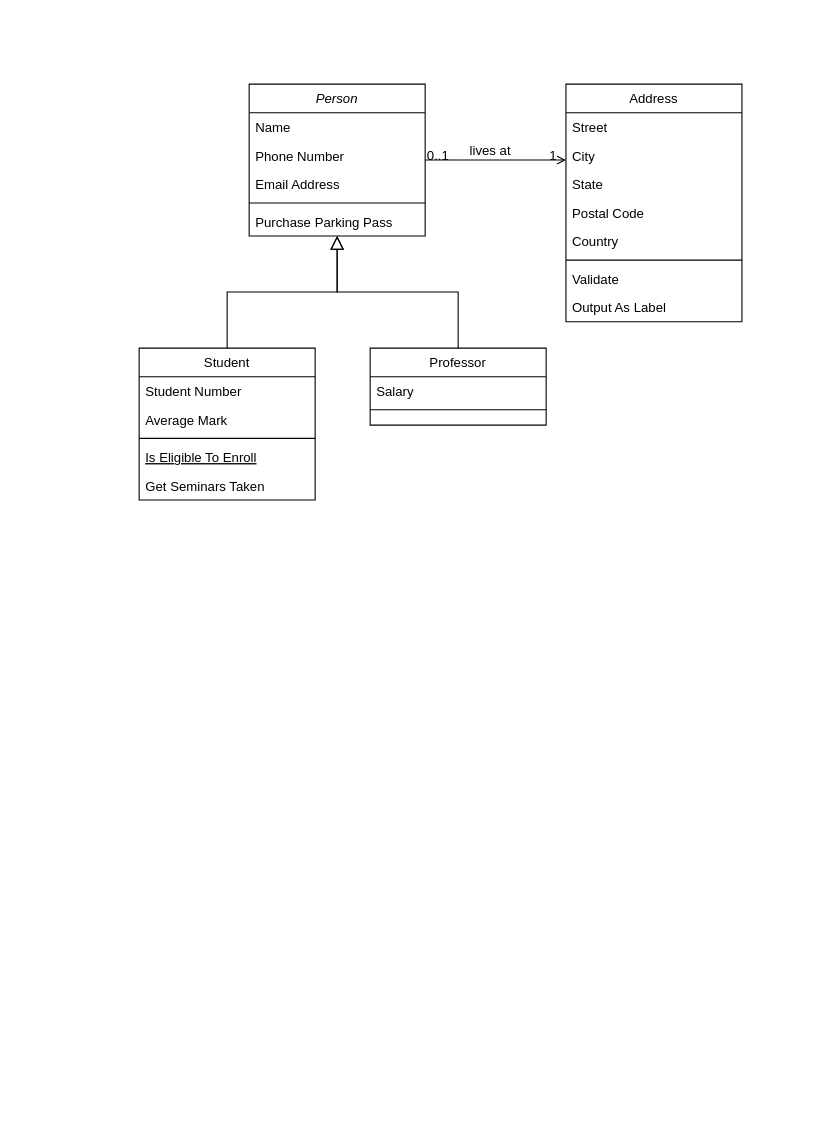
Before: Untitled Diagram.drawio in walidulhasan/UML, a draw.io diagram. Source tidied: cells renumbered, new cells numbered last; positions are measured from the earlier drawing's top-left corner, leaving out a move shared by most shapes. Both pictures are drawn from the tidied source at 110%, with x=0, y=0 at pixel (139, 84).
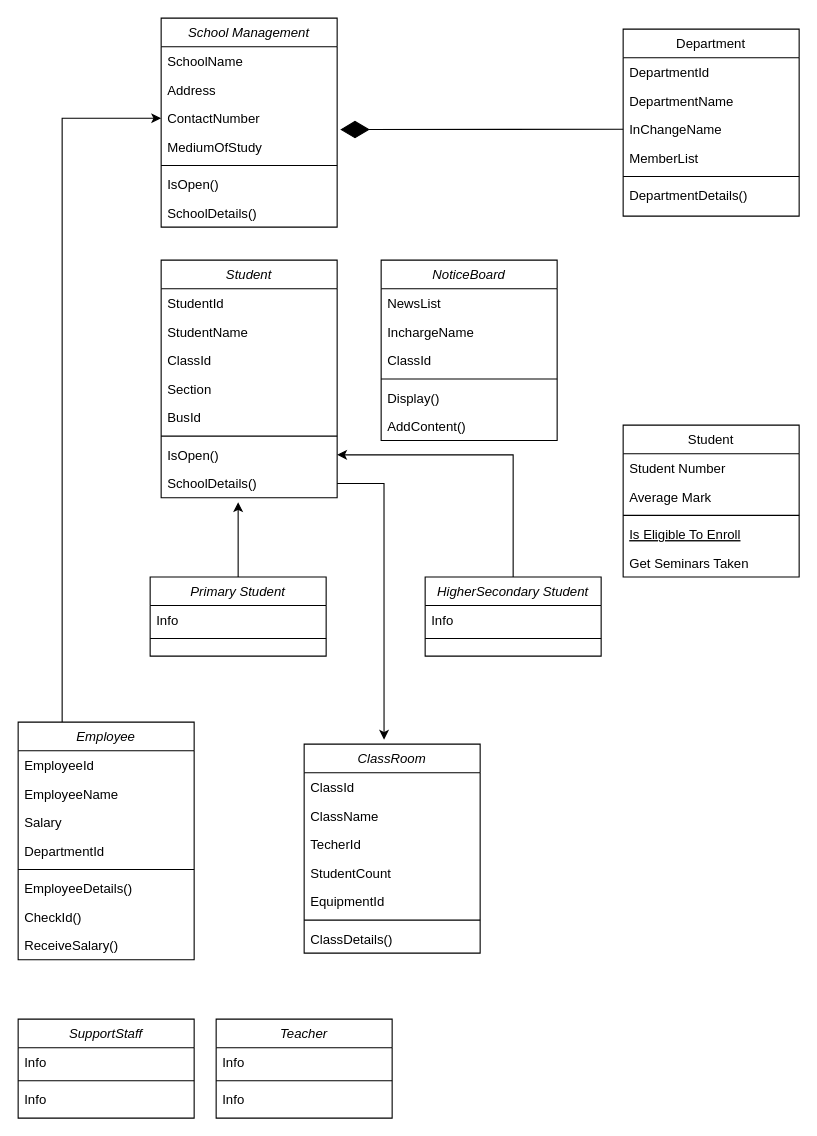
The same page after the edit.

What changed in the source:
```diff
@@
-    <mxCell id="2" value="Person" style="swimlane;fontStyle=2;align=center;verticalAlign=top;horizontal=1;startSize=26;rounded=0;shadow=0;strokeWidth=1;" parent="1" vertex="1">
-      <mxGeometry x="100" width="160" height="138" as="geometry" />
+    <mxCell id="2" value="School Management" style="swimlane;fontStyle=2;align=center;verticalAlign=top;horizontal=1;startSize=26;rounded=0;shadow=0;strokeWidth=1;" parent="1" vertex="1">
+      <mxGeometry x="20" y="-60" width="160" height="190" as="geometry" />
     </mxCell>
-    <mxCell id="3" value="Name" style="text;align=left;verticalAlign=top;spacingLeft=4;spacingRight=4;overflow=hidden;" parent="2" vertex="1">
+    <mxCell id="3" value="SchoolName" style="text;align=left;verticalAlign=top;spacingLeft=4;spacingRight=4;overflow=hidden;" parent="2" vertex="1">
       <mxGeometry y="26" width="160" height="26" as="geometry" />
     </mxCell>
-    <mxCell id="4" value="Phone Number" style="text;align=left;verticalAlign=top;spacingLeft=4;spacingRight=4;overflow=hidden;rounded=0;shadow=0;html=0;" parent="2" vertex="1">
+    <mxCell id="4" value="Address" style="text;align=left;verticalAlign=top;spacingLeft=4;spacingRight=4;overflow=hidden;rounded=0;shadow=0;html=0;" parent="2" vertex="1">
       <mxGeometry y="52" width="160" height="26" as="geometry" />
     </mxCell>
-    <mxCell id="5" value="Email Address" style="text;align=left;verticalAlign=top;spacingLeft=4;spacingRight=4;overflow=hidden;points=[[0,0.5],[1,0.5]];portConstraint=eastwest;rounded=0;shadow=0;html=0;" parent="2" vertex="1">
+    <mxCell id="5" value="ContactNumber" style="text;align=left;verticalAlign=top;spacingLeft=4;spacingRight=4;overflow=hidden;points=[[0,0.5],[1,0.5]];portConstraint=eastwest;rounded=0;shadow=0;html=0;" parent="2" vertex="1">
       <mxGeometry y="78" width="160" height="26" as="geometry" />
     </mxCell>
+    <mxCell id="32" value="MediumOfStudy" style="text;align=left;verticalAlign=top;spacingLeft=4;spacingRight=4;overflow=hidden;points=[[0,0.5],[1,0.5]];portConstraint=eastwest;rounded=0;shadow=0;html=0;" parent="2" vertex="1">
+      <mxGeometry y="104" width="160" height="26" as="geometry" />
+    </mxCell>
     <mxCell id="6" style="line;html=1;strokeWidth=1;align=left;verticalAlign=middle;spacingTop=-1;spacingLeft=3;spacingRight=3;labelPosition=right;" parent="2" vertex="1">
-      <mxGeometry y="104" width="160" height="8" as="geometry" />
+      <mxGeometry y="130" width="160" height="8" as="geometry" />
     </mxCell>
+    <mxCell id="33" value="IsOpen()" style="text;align=left;verticalAlign=top;spacingLeft=4;spacingRight=4;overflow=hidden;" parent="2" vertex="1">
+      <mxGeometry y="138" width="160" height="26" as="geometry" />
+    </mxCell>
-    <mxCell id="7" value="Purchase Parking Pass" style="text;align=left;verticalAlign=top;spacingLeft=4;spacingRight=4;overflow=hidden;" parent="2" vertex="1">
-      <mxGeometry y="112" width="160" height="26" as="geometry" />
+    <mxCell id="7" value="SchoolDetails()" style="text;align=left;verticalAlign=top;spacingLeft=4;spacingRight=4;overflow=hidden;" parent="2" vertex="1">
+      <mxGeometry y="164" width="160" height="26" as="geometry" />
     </mxCell>
     <mxCell id="8" value="Student" style="swimlane;fontStyle=0;align=center;verticalAlign=top;horizontal=1;startSize=26;rounded=0;shadow=0;strokeWidth=1;" parent="1" vertex="1">
-      <mxGeometry y="240" width="160" height="138" as="geometry" />
+      <mxGeometry x="440" y="310" width="160" height="138" as="geometry" />
     </mxCell>
@@
-    <mxCell id="14" style="endArrow=block;endSize=10;endFill=0;shadow=0;strokeWidth=1;rounded=0;edgeStyle=elbowEdgeStyle;elbow=vertical;" parent="1" edge="1" source="8" target="2">
-      <mxGeometry relative="1" as="geometry" />
-    </mxCell>
-    <mxCell id="15" value="Professor" style="swimlane;fontStyle=0;align=center;verticalAlign=top;horizontal=1;startSize=26;rounded=0;shadow=0;strokeWidth=1;" parent="1" vertex="1">
-      <mxGeometry x="210" y="240" width="160" height="70" as="geometry" />
-    </mxCell>
-    <mxCell id="16" value="Salary" style="text;align=left;verticalAlign=top;spacingLeft=4;spacingRight=4;overflow=hidden;" parent="15" vertex="1">
-      <mxGeometry y="26" width="160" height="26" as="geometry" />
-    </mxCell>
-    <mxCell id="17" style="line;html=1;strokeWidth=1;align=left;verticalAlign=middle;spacingTop=-1;spacingLeft=3;spacingRight=3;labelPosition=right;" parent="15" vertex="1">
-      <mxGeometry y="52" width="160" height="8" as="geometry" />
-    </mxCell>
-    <mxCell id="18" style="endArrow=block;endSize=10;endFill=0;shadow=0;strokeWidth=1;rounded=0;edgeStyle=elbowEdgeStyle;elbow=vertical;" parent="1" edge="1" source="15" target="2">
-      <mxGeometry relative="1" as="geometry" />
-    </mxCell>
-    <mxCell id="19" value="Address" style="swimlane;fontStyle=0;align=center;verticalAlign=top;horizontal=1;startSize=26;rounded=0;shadow=0;strokeWidth=1;" parent="1" vertex="1">
-      <mxGeometry x="388" width="160" height="216" as="geometry" />
+    <mxCell id="19" value="Department" style="swimlane;fontStyle=0;align=center;verticalAlign=top;horizontal=1;startSize=26;rounded=0;shadow=0;strokeWidth=1;" parent="1" vertex="1">
+      <mxGeometry x="440" y="-50" width="160" height="170" as="geometry" />
     </mxCell>
-    <mxCell id="20" value="Street" style="text;align=left;verticalAlign=top;spacingLeft=4;spacingRight=4;overflow=hidden;" parent="19" vertex="1">
+    <mxCell id="20" value="DepartmentId" style="text;align=left;verticalAlign=top;spacingLeft=4;spacingRight=4;overflow=hidden;" parent="19" vertex="1">
       <mxGeometry y="26" width="160" height="26" as="geometry" />
     </mxCell>
-    <mxCell id="21" value="City" style="text;align=left;verticalAlign=top;spacingLeft=4;spacingRight=4;overflow=hidden;rounded=0;shadow=0;html=0;" parent="19" vertex="1">
+    <mxCell id="21" value="DepartmentName" style="text;align=left;verticalAlign=top;spacingLeft=4;spacingRight=4;overflow=hidden;rounded=0;shadow=0;html=0;" parent="19" vertex="1">
       <mxGeometry y="52" width="160" height="26" as="geometry" />
     </mxCell>
-    <mxCell id="22" value="State" style="text;align=left;verticalAlign=top;spacingLeft=4;spacingRight=4;overflow=hidden;points=[[0,0.5],[1,0.5]];portConstraint=eastwest;rounded=0;shadow=0;html=0;" parent="19" vertex="1">
+    <mxCell id="22" value="InChangeName" style="text;align=left;verticalAlign=top;spacingLeft=4;spacingRight=4;overflow=hidden;points=[[0,0.5],[1,0.5]];portConstraint=eastwest;rounded=0;shadow=0;html=0;" parent="19" vertex="1">
       <mxGeometry y="78" width="160" height="26" as="geometry" />
     </mxCell>
-    <mxCell id="23" value="Postal Code" style="text;align=left;verticalAlign=top;spacingLeft=4;spacingRight=4;overflow=hidden;rounded=0;shadow=0;html=0;" parent="19" vertex="1">
+    <mxCell id="23" value="MemberList" style="text;align=left;verticalAlign=top;spacingLeft=4;spacingRight=4;overflow=hidden;rounded=0;shadow=0;html=0;" parent="19" vertex="1">
       <mxGeometry y="104" width="160" height="26" as="geometry" />
     </mxCell>
-    <mxCell id="24" value="Country" style="text;align=left;verticalAlign=top;spacingLeft=4;spacingRight=4;overflow=hidden;rounded=0;shadow=0;html=0;" parent="19" vertex="1">
-      <mxGeometry y="130" width="160" height="26" as="geometry" />
-    </mxCell>
     <mxCell id="25" style="line;html=1;strokeWidth=1;align=left;verticalAlign=middle;spacingTop=-1;spacingLeft=3;spacingRight=3;labelPosition=right;" parent="19" vertex="1">
-      <mxGeometry y="156" width="160" height="8" as="geometry" />
+      <mxGeometry y="130" width="160" height="8" as="geometry" />
     </mxCell>
-    <mxCell id="26" value="Validate" style="text;align=left;verticalAlign=top;spacingLeft=4;spacingRight=4;overflow=hidden;" parent="19" vertex="1">
-      <mxGeometry y="164" width="160" height="26" as="geometry" />
+    <mxCell id="26" value="DepartmentDetails()" style="text;align=left;verticalAlign=top;spacingLeft=4;spacingRight=4;overflow=hidden;" parent="19" vertex="1">
+      <mxGeometry y="138" width="160" height="26" as="geometry" />
     </mxCell>
-    <mxCell id="27" value="Output As Label" style="text;align=left;verticalAlign=top;spacingLeft=4;spacingRight=4;overflow=hidden;" parent="19" vertex="1">
-      <mxGeometry y="190" width="160" height="26" as="geometry" />
-    </mxCell>
-    <mxCell id="28" style="endArrow=open;shadow=0;strokeWidth=1;rounded=0;endFill=1;edgeStyle=elbowEdgeStyle;elbow=vertical;" parent="1" edge="1" source="2" target="19">
-      <mxGeometry x="0.5" y="41" relative="1" as="geometry">
-        <mxPoint x="-40" y="32" as="offset" />
-      </mxGeometry>
-    </mxCell>
-    <mxCell id="29" value="0..1" style="align=left;verticalAlign=bottom;labelBackgroundColor=none;fontSize=12;" parent="28" vertex="1">
-      <mxGeometry x="-1" relative="1" as="geometry">
-        <mxPoint y="4" as="offset" />
-      </mxGeometry>
-    </mxCell>
-    <mxCell id="30" value="1" style="align=right;verticalAlign=bottom;labelBackgroundColor=none;fontSize=12;" parent="28" vertex="1">
-      <mxGeometry x="1" relative="1" as="geometry">
-        <mxPoint x="-7" y="4" as="offset" />
-      </mxGeometry>
-    </mxCell>
-    <mxCell id="31" value="lives at" style="text;html=1;align=center;verticalAlign=middle;labelBackgroundColor=none;rounded=0;shadow=0;strokeWidth=1;fontSize=12;" parent="28" vertex="1">
-      <mxGeometry x="0.5" y="49" relative="1" as="geometry">
-        <mxPoint x="-38" y="40" as="offset" />
-      </mxGeometry>
-    </mxCell>
+    <mxCell id="34" style="endArrow=diamondThin;endFill=1;endSize=24;html=1;rounded=0;exitX=0;exitY=0.5;exitDx=0;exitDy=0;entryX=1.017;entryY=-0.103;entryDx=0;entryDy=0;entryPerimeter=0;" parent="1" edge="1" source="22" target="32">
+      <mxGeometry relative="1" as="geometry" />
+    </mxCell>
+    <mxCell id="35" value="Student" style="swimlane;fontStyle=2;align=center;verticalAlign=top;horizontal=1;startSize=26;rounded=0;shadow=0;strokeWidth=1;" parent="1" vertex="1">
+      <mxGeometry x="20" y="160" width="160" height="216" as="geometry" />
+    </mxCell>
+    <mxCell id="36" value="StudentId" style="text;align=left;verticalAlign=top;spacingLeft=4;spacingRight=4;overflow=hidden;" parent="35" vertex="1">
+      <mxGeometry y="26" width="160" height="26" as="geometry" />
+    </mxCell>
+    <mxCell id="37" value="StudentName" style="text;align=left;verticalAlign=top;spacingLeft=4;spacingRight=4;overflow=hidden;rounded=0;shadow=0;html=0;" parent="35" vertex="1">
+      <mxGeometry y="52" width="160" height="26" as="geometry" />
+    </mxCell>
+    <mxCell id="38" value="ClassId" style="text;align=left;verticalAlign=top;spacingLeft=4;spacingRight=4;overflow=hidden;rounded=0;shadow=0;html=0;" parent="35" vertex="1">
+      <mxGeometry y="78" width="160" height="26" as="geometry" />
+    </mxCell>
+    <mxCell id="39" value="Section" style="text;align=left;verticalAlign=top;spacingLeft=4;spacingRight=4;overflow=hidden;rounded=0;shadow=0;html=0;" parent="35" vertex="1">
+      <mxGeometry y="104" width="160" height="26" as="geometry" />
+    </mxCell>
+    <mxCell id="40" value="BusId" style="text;align=left;verticalAlign=top;spacingLeft=4;spacingRight=4;overflow=hidden;rounded=0;shadow=0;html=0;" parent="35" vertex="1">
+      <mxGeometry y="130" width="160" height="26" as="geometry" />
+    </mxCell>
+    <mxCell id="41" style="line;html=1;strokeWidth=1;align=left;verticalAlign=middle;spacingTop=-1;spacingLeft=3;spacingRight=3;labelPosition=right;" parent="35" vertex="1">
+      <mxGeometry y="156" width="160" height="8" as="geometry" />
+    </mxCell>
+    <mxCell id="42" value="IsOpen()" style="text;align=left;verticalAlign=top;spacingLeft=4;spacingRight=4;overflow=hidden;points=[[0,0.5],[1,0.5]];portConstraint=eastwest;" parent="35" vertex="1">
+      <mxGeometry y="164" width="160" height="26" as="geometry" />
+    </mxCell>
+    <mxCell id="43" value="SchoolDetails()" style="text;align=left;verticalAlign=top;spacingLeft=4;spacingRight=4;overflow=hidden;points=[[0,0.5],[1,0.5]];portConstraint=eastwest;" parent="35" vertex="1">
+      <mxGeometry y="190" width="160" height="26" as="geometry" />
+    </mxCell>
+    <mxCell id="44" value="NoticeBoard" style="swimlane;fontStyle=2;align=center;verticalAlign=top;horizontal=1;startSize=26;rounded=0;shadow=0;strokeWidth=1;" parent="1" vertex="1">
+      <mxGeometry x="220" y="160" width="160" height="164" as="geometry" />
+    </mxCell>
+    <mxCell id="45" value="NewsList" style="text;align=left;verticalAlign=top;spacingLeft=4;spacingRight=4;overflow=hidden;" parent="44" vertex="1">
+      <mxGeometry y="26" width="160" height="26" as="geometry" />
+    </mxCell>
+    <mxCell id="46" value="InchargeName" style="text;align=left;verticalAlign=top;spacingLeft=4;spacingRight=4;overflow=hidden;rounded=0;shadow=0;html=0;" parent="44" vertex="1">
+      <mxGeometry y="52" width="160" height="26" as="geometry" />
+    </mxCell>
+    <mxCell id="47" value="ClassId" style="text;align=left;verticalAlign=top;spacingLeft=4;spacingRight=4;overflow=hidden;rounded=0;shadow=0;html=0;" parent="44" vertex="1">
+      <mxGeometry y="78" width="160" height="26" as="geometry" />
+    </mxCell>
+    <mxCell id="48" style="line;html=1;strokeWidth=1;align=left;verticalAlign=middle;spacingTop=-1;spacingLeft=3;spacingRight=3;labelPosition=right;" parent="44" vertex="1">
+      <mxGeometry y="104" width="160" height="8" as="geometry" />
+    </mxCell>
+    <mxCell id="49" value="Display()" style="text;align=left;verticalAlign=top;spacingLeft=4;spacingRight=4;overflow=hidden;" parent="44" vertex="1">
+      <mxGeometry y="112" width="160" height="26" as="geometry" />
+    </mxCell>
+    <mxCell id="50" value="AddContent()" style="text;align=left;verticalAlign=top;spacingLeft=4;spacingRight=4;overflow=hidden;" parent="44" vertex="1">
+      <mxGeometry y="138" width="160" height="26" as="geometry" />
+    </mxCell>
+    <mxCell id="51" style="edgeStyle=orthogonalEdgeStyle;rounded=0;jettySize=auto;html=1;exitX=0.5;exitY=0;exitDx=0;exitDy=0;targetPerimeterSpacing=20;" parent="1" edge="1" source="52">
+      <mxGeometry relative="1" as="geometry">
+        <mxPoint x="90" y="380" as="targetPoint" />
+      </mxGeometry>
+    </mxCell>
+    <mxCell id="52" value="Primary Student" style="swimlane;fontStyle=2;align=center;verticalAlign=top;horizontal=1;startSize=26;rounded=0;shadow=0;strokeWidth=1;" parent="1" vertex="1">
+      <mxGeometry x="10" y="448" width="160" height="72" as="geometry" />
+    </mxCell>
+    <mxCell id="53" value="Info" style="text;align=left;verticalAlign=top;spacingLeft=4;spacingRight=4;overflow=hidden;rounded=0;shadow=0;html=0;" parent="52" vertex="1">
+      <mxGeometry y="26" width="160" height="26" as="geometry" />
+    </mxCell>
+    <mxCell id="54" style="line;html=1;strokeWidth=1;align=left;verticalAlign=middle;spacingTop=-1;spacingLeft=3;spacingRight=3;labelPosition=right;" parent="52" vertex="1">
+      <mxGeometry y="52" width="160" height="8" as="geometry" />
+    </mxCell>
+    <mxCell id="55" style="edgeStyle=orthogonalEdgeStyle;rounded=0;jettySize=auto;html=1;exitX=0.5;exitY=0;exitDx=0;exitDy=0;entryX=1;entryY=0.5;entryDx=0;entryDy=0;targetPerimeterSpacing=20;" parent="1" edge="1" source="56" target="42">
+      <mxGeometry relative="1" as="geometry" />
+    </mxCell>
+    <mxCell id="56" value="HigherSecondary Student" style="swimlane;fontStyle=2;align=center;verticalAlign=top;horizontal=1;startSize=26;rounded=0;shadow=0;strokeWidth=1;" parent="1" vertex="1">
+      <mxGeometry x="260" y="448" width="160" height="72" as="geometry" />
+    </mxCell>
+    <mxCell id="57" value="Info" style="text;align=left;verticalAlign=top;spacingLeft=4;spacingRight=4;overflow=hidden;rounded=0;shadow=0;html=0;" parent="56" vertex="1">
+      <mxGeometry y="26" width="160" height="26" as="geometry" />
+    </mxCell>
+    <mxCell id="58" style="line;html=1;strokeWidth=1;align=left;verticalAlign=middle;spacingTop=-1;spacingLeft=3;spacingRight=3;labelPosition=right;" parent="56" vertex="1">
+      <mxGeometry y="52" width="160" height="8" as="geometry" />
+    </mxCell>
+    <mxCell id="59" value="ClassRoom" style="swimlane;fontStyle=2;align=center;verticalAlign=top;horizontal=1;startSize=26;rounded=0;shadow=0;strokeWidth=1;" parent="1" vertex="1">
+      <mxGeometry x="150" y="600" width="160" height="190" as="geometry" />
+    </mxCell>
+    <mxCell id="60" value="ClassId" style="text;align=left;verticalAlign=top;spacingLeft=4;spacingRight=4;overflow=hidden;rounded=0;shadow=0;html=0;" parent="59" vertex="1">
+      <mxGeometry y="26" width="160" height="26" as="geometry" />
+    </mxCell>
+    <mxCell id="61" value="ClassName" style="text;align=left;verticalAlign=top;spacingLeft=4;spacingRight=4;overflow=hidden;rounded=0;shadow=0;html=0;" parent="59" vertex="1">
+      <mxGeometry y="52" width="160" height="26" as="geometry" />
+    </mxCell>
+    <mxCell id="62" value="TecherId" style="text;align=left;verticalAlign=top;spacingLeft=4;spacingRight=4;overflow=hidden;rounded=0;shadow=0;html=0;" parent="59" vertex="1">
+      <mxGeometry y="78" width="160" height="26" as="geometry" />
+    </mxCell>
+    <mxCell id="63" value="StudentCount" style="text;align=left;verticalAlign=top;spacingLeft=4;spacingRight=4;overflow=hidden;rounded=0;shadow=0;html=0;" parent="59" vertex="1">
+      <mxGeometry y="104" width="160" height="26" as="geometry" />
+    </mxCell>
+    <mxCell id="64" value="EquipmentId" style="text;align=left;verticalAlign=top;spacingLeft=4;spacingRight=4;overflow=hidden;rounded=0;shadow=0;html=0;" parent="59" vertex="1">
+      <mxGeometry y="130" width="160" height="26" as="geometry" />
+    </mxCell>
+    <mxCell id="65" style="line;html=1;strokeWidth=1;align=left;verticalAlign=middle;spacingTop=-1;spacingLeft=3;spacingRight=3;labelPosition=right;" parent="59" vertex="1">
+      <mxGeometry y="156" width="160" height="8" as="geometry" />
+    </mxCell>
+    <mxCell id="66" value="ClassDetails()" style="text;align=left;verticalAlign=top;spacingLeft=4;spacingRight=4;overflow=hidden;rounded=0;shadow=0;html=0;" parent="59" vertex="1">
+      <mxGeometry y="164" width="160" height="26" as="geometry" />
+    </mxCell>
+    <mxCell id="67" style="edgeStyle=orthogonalEdgeStyle;rounded=0;jettySize=auto;html=1;exitX=1;exitY=0.5;exitDx=0;exitDy=0;entryX=0.454;entryY=-0.021;entryDx=0;entryDy=0;entryPerimeter=0;targetPerimeterSpacing=20;" parent="1" edge="1" source="43" target="59">
+      <mxGeometry relative="1" as="geometry" />
+    </mxCell>
+    <mxCell id="68" style="edgeStyle=orthogonalEdgeStyle;rounded=0;jettySize=auto;html=1;exitX=0.25;exitY=0;exitDx=0;exitDy=0;entryX=0;entryY=0.5;entryDx=0;entryDy=0;targetPerimeterSpacing=20;" parent="1" edge="1" source="69" target="5">
+      <mxGeometry relative="1" as="geometry" />
+    </mxCell>
+    <mxCell id="69" value="Employee" style="swimlane;fontStyle=2;align=center;verticalAlign=top;horizontal=1;startSize=26;rounded=0;shadow=0;strokeWidth=1;" parent="1" vertex="1">
+      <mxGeometry x="-110" y="580" width="160" height="216" as="geometry" />
+    </mxCell>
+    <mxCell id="70" value="EmployeeId" style="text;align=left;verticalAlign=top;spacingLeft=4;spacingRight=4;overflow=hidden;rounded=0;shadow=0;html=0;" parent="69" vertex="1">
+      <mxGeometry y="26" width="160" height="26" as="geometry" />
+    </mxCell>
+    <mxCell id="71" value="EmployeeName" style="text;align=left;verticalAlign=top;spacingLeft=4;spacingRight=4;overflow=hidden;rounded=0;shadow=0;html=0;" parent="69" vertex="1">
+      <mxGeometry y="52" width="160" height="26" as="geometry" />
+    </mxCell>
+    <mxCell id="16" value="Salary" style="text;align=left;verticalAlign=top;spacingLeft=4;spacingRight=4;overflow=hidden;rounded=0;shadow=0;html=0;" parent="69" vertex="1">
+      <mxGeometry y="78" width="160" height="26" as="geometry" />
+    </mxCell>
+    <mxCell id="72" value="DepartmentId" style="text;align=left;verticalAlign=top;spacingLeft=4;spacingRight=4;overflow=hidden;rounded=0;shadow=0;html=0;" parent="69" vertex="1">
+      <mxGeometry y="104" width="160" height="26" as="geometry" />
+    </mxCell>
+    <mxCell id="73" style="line;html=1;strokeWidth=1;align=left;verticalAlign=middle;spacingTop=-1;spacingLeft=3;spacingRight=3;labelPosition=right;" parent="69" vertex="1">
+      <mxGeometry y="130" width="160" height="8" as="geometry" />
+    </mxCell>
+    <mxCell id="74" value="EmployeeDetails()" style="text;align=left;verticalAlign=top;spacingLeft=4;spacingRight=4;overflow=hidden;rounded=0;shadow=0;html=0;" parent="69" vertex="1">
+      <mxGeometry y="138" width="160" height="26" as="geometry" />
+    </mxCell>
+    <mxCell id="75" value="CheckId()" style="text;align=left;verticalAlign=top;spacingLeft=4;spacingRight=4;overflow=hidden;rounded=0;shadow=0;html=0;" parent="69" vertex="1">
+      <mxGeometry y="164" width="160" height="26" as="geometry" />
+    </mxCell>
+    <mxCell id="76" value="ReceiveSalary()" style="text;align=left;verticalAlign=top;spacingLeft=4;spacingRight=4;overflow=hidden;rounded=0;shadow=0;html=0;" parent="69" vertex="1">
+      <mxGeometry y="190" width="160" height="26" as="geometry" />
+    </mxCell>
+    <mxCell id="77" value="SupportStaff" style="swimlane;fontStyle=2;align=center;verticalAlign=top;horizontal=1;startSize=26;rounded=0;shadow=0;strokeWidth=1;" parent="1" vertex="1">
+      <mxGeometry x="-110" y="850" width="160" height="90" as="geometry" />
+    </mxCell>
+    <mxCell id="78" value="Info" style="text;align=left;verticalAlign=top;spacingLeft=4;spacingRight=4;overflow=hidden;rounded=0;shadow=0;html=0;" parent="77" vertex="1">
+      <mxGeometry y="26" width="160" height="26" as="geometry" />
+    </mxCell>
+    <mxCell id="79" style="line;html=1;strokeWidth=1;align=left;verticalAlign=middle;spacingTop=-1;spacingLeft=3;spacingRight=3;labelPosition=right;" parent="77" vertex="1">
+      <mxGeometry y="52" width="160" height="8" as="geometry" />
+    </mxCell>
+    <mxCell id="80" value="Info" style="text;align=left;verticalAlign=top;spacingLeft=4;spacingRight=4;overflow=hidden;rounded=0;shadow=0;html=0;" parent="77" vertex="1">
+      <mxGeometry y="60" width="160" height="26" as="geometry" />
+    </mxCell>
+    <mxCell id="81" value="Teacher" style="swimlane;fontStyle=2;align=center;verticalAlign=top;horizontal=1;startSize=26;rounded=0;shadow=0;strokeWidth=1;" parent="1" vertex="1">
+      <mxGeometry x="70" y="850" width="160" height="90" as="geometry" />
+    </mxCell>
+    <mxCell id="82" value="Info" style="text;align=left;verticalAlign=top;spacingLeft=4;spacingRight=4;overflow=hidden;rounded=0;shadow=0;html=0;" parent="81" vertex="1">
+      <mxGeometry y="26" width="160" height="26" as="geometry" />
+    </mxCell>
+    <mxCell id="83" style="line;html=1;strokeWidth=1;align=left;verticalAlign=middle;spacingTop=-1;spacingLeft=3;spacingRight=3;labelPosition=right;" parent="81" vertex="1">
+      <mxGeometry y="52" width="160" height="8" as="geometry" />
+    </mxCell>
+    <mxCell id="84" value="Info" style="text;align=left;verticalAlign=top;spacingLeft=4;spacingRight=4;overflow=hidden;rounded=0;shadow=0;html=0;" parent="81" vertex="1">
+      <mxGeometry y="60" width="160" height="26" as="geometry" />
+    </mxCell>
```
